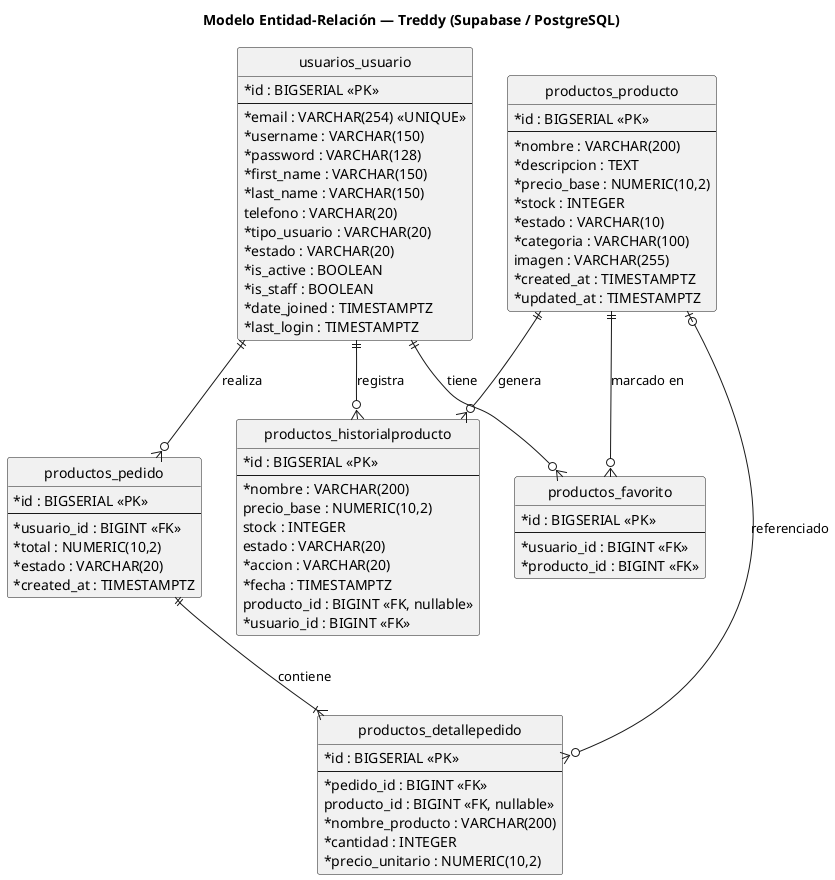
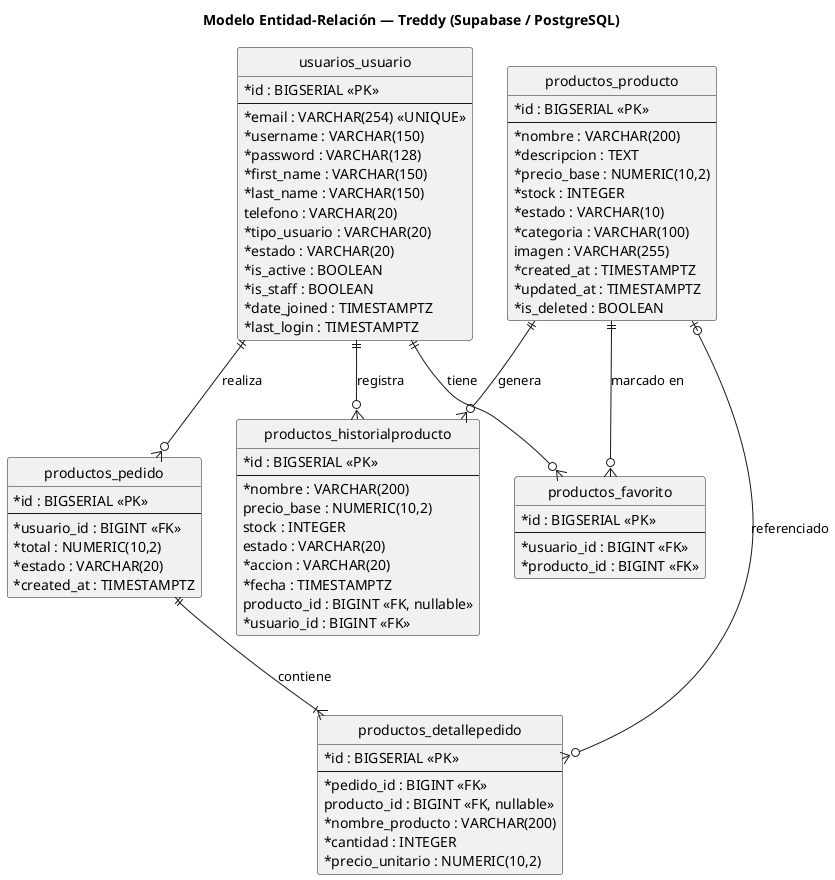
@startuml modelo_de_datos
hide circle
skinparam classAttributeIconSize 0
title Modelo Entidad-Relación — Treddy (Supabase / PostgreSQL)

entity "usuarios_usuario" as usuario {
    * id : BIGSERIAL <<PK>>
    --
    * email : VARCHAR(254) <<UNIQUE>>
    * username : VARCHAR(150)
    * password : VARCHAR(128)
    * first_name : VARCHAR(150)
    * last_name : VARCHAR(150)
      telefono : VARCHAR(20)
    * tipo_usuario : VARCHAR(20)
    * estado : VARCHAR(20)
    * is_active : BOOLEAN
    * is_staff : BOOLEAN
    * date_joined : TIMESTAMPTZ
    * last_login : TIMESTAMPTZ
}

entity "productos_producto" as producto {
    * id : BIGSERIAL <<PK>>
    --
    * nombre : VARCHAR(200)
    * descripcion : TEXT
    * precio_base : NUMERIC(10,2)
    * stock : INTEGER
    * estado : VARCHAR(10)
    * categoria : VARCHAR(100)
      imagen : VARCHAR(255)
    * created_at : TIMESTAMPTZ
    * updated_at : TIMESTAMPTZ
+     * is_deleted : BOOLEAN
}

entity "productos_historialproducto" as historial {
    * id : BIGSERIAL <<PK>>
    --
    * nombre : VARCHAR(200)
      precio_base : NUMERIC(10,2)
      stock : INTEGER
      estado : VARCHAR(20)
    * accion : VARCHAR(20)
    * fecha : TIMESTAMPTZ
      producto_id : BIGINT <<FK, nullable>>
    * usuario_id : BIGINT <<FK>>
}

entity "productos_favorito" as favorito {
    * id : BIGSERIAL <<PK>>
    --
    * usuario_id : BIGINT <<FK>>
    * producto_id : BIGINT <<FK>>
}

entity "productos_pedido" as pedido {
    * id : BIGSERIAL <<PK>>
    --
    * usuario_id : BIGINT <<FK>>
    * total : NUMERIC(10,2)
    * estado : VARCHAR(20)
    * created_at : TIMESTAMPTZ
}

entity "productos_detallepedido" as detalle {
    * id : BIGSERIAL <<PK>>
    --
    * pedido_id : BIGINT <<FK>>
      producto_id : BIGINT <<FK, nullable>>
    * nombre_producto : VARCHAR(200)
    * cantidad : INTEGER
    * precio_unitario : NUMERIC(10,2)
}

' ── Relaciones ──────────────────────────────────────────────
usuario ||--o{ historial : "registra"
producto ||--o{ historial : "genera"

usuario ||--o{ favorito : "tiene"
producto ||--o{ favorito : "marcado en"

usuario ||--o{ pedido : "realiza"
pedido ||--|{ detalle : "contiene"
producto |o--o{ detalle : "referenciado"

@enduml
